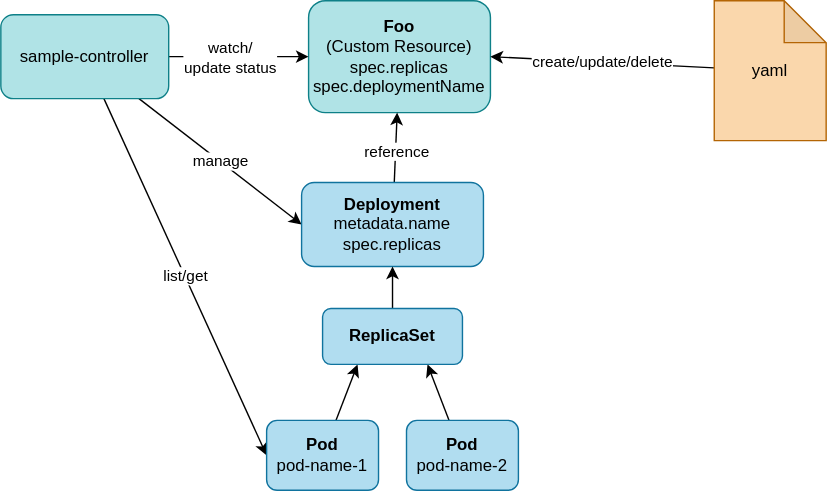
Earlier version of the draw.io export docs/content/sample-controller.drawio.svg (nakamasato/sample-controller). Source tidied: cells renumbered, new cells last; positions are measured from the earlier drawing's top-left corner, leaving out a move shared by most shapes.
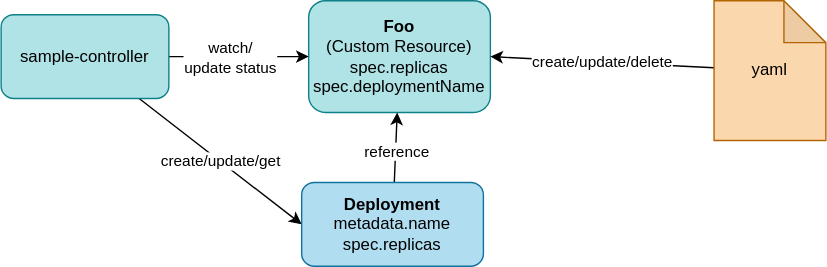
Above is the later version.

What changed in the source:
```diff
@@ -11,12 +11,9 @@
     <mxCell id="4" value="watch/&lt;br&gt;update status" style="edgeLabel;html=1;align=center;verticalAlign=middle;" parent="3" vertex="1">
       <mxGeometry x="-0.13" relative="1" as="geometry" />
     </mxCell>
-    <mxCell id="5" value="manage" style="edgeStyle=none;html=1;entryX=0;entryY=0.5;entryDx=0;entryDy=0;" parent="1" edge="1" source="7" target="10">
+    <mxCell id="5" value="create/update/get" style="edgeStyle=none;html=1;entryX=0;entryY=0.5;entryDx=0;entryDy=0;" parent="1" edge="1" source="7" target="10">
       <mxGeometry relative="1" as="geometry" />
     </mxCell>
-    <mxCell id="6" value="list/get" style="edgeStyle=none;html=1;entryX=0;entryY=0.5;entryDx=0;entryDy=0;" parent="1" edge="1" source="7" target="14">
-      <mxGeometry relative="1" as="geometry" />
-    </mxCell>
     <mxCell id="7" value="sample-controller" style="rounded=1;whiteSpace=wrap;html=1;fillColor=#b0e3e6;strokeColor=#0e8088;" parent="1" vertex="1">
       <mxGeometry y="10" width="120" height="60" as="geometry" />
     </mxCell>
@@ -37,23 +34,5 @@
     <mxCell id="12" value="yaml" style="shape=note;whiteSpace=wrap;html=1;backgroundOutline=1;darkOpacity=0.05;fillColor=#fad7ac;strokeColor=#b46504;" parent="1" vertex="1">
       <mxGeometry x="510" width="80" height="100" as="geometry" />
     </mxCell>
-    <mxCell id="13" style="edgeStyle=none;html=1;entryX=0.25;entryY=1;entryDx=0;entryDy=0;" parent="1" edge="1" source="14" target="18">
-      <mxGeometry relative="1" as="geometry" />
-    </mxCell>
-    <mxCell id="14" value="&lt;b&gt;Pod&lt;/b&gt;&lt;br&gt;pod-name-1" style="rounded=1;whiteSpace=wrap;html=1;fillColor=#b1ddf0;strokeColor=#10739e;verticalAlign=middle;" parent="1" vertex="1">
-      <mxGeometry x="190" y="300" width="80" height="50" as="geometry" />
-    </mxCell>
-    <mxCell id="15" style="edgeStyle=none;html=1;entryX=0.75;entryY=1;entryDx=0;entryDy=0;" parent="1" edge="1" source="16" target="18">
-      <mxGeometry relative="1" as="geometry" />
-    </mxCell>
-    <mxCell id="16" value="&lt;b&gt;Pod&lt;/b&gt;&lt;br&gt;pod-name-2" style="rounded=1;whiteSpace=wrap;html=1;fillColor=#b1ddf0;strokeColor=#10739e;verticalAlign=middle;" parent="1" vertex="1">
-      <mxGeometry x="290" y="300" width="80" height="50" as="geometry" />
-    </mxCell>
-    <mxCell id="17" style="edgeStyle=none;html=1;" parent="1" edge="1" source="18" target="10">
-      <mxGeometry relative="1" as="geometry" />
-    </mxCell>
-    <mxCell id="18" value="&lt;b&gt;ReplicaSet&lt;/b&gt;" style="rounded=1;whiteSpace=wrap;html=1;fillColor=#b1ddf0;strokeColor=#10739e;verticalAlign=middle;" parent="1" vertex="1">
-      <mxGeometry x="230" y="220" width="100" height="40" as="geometry" />
-    </mxCell>
   </root>
 </mxGraphModel>
```
